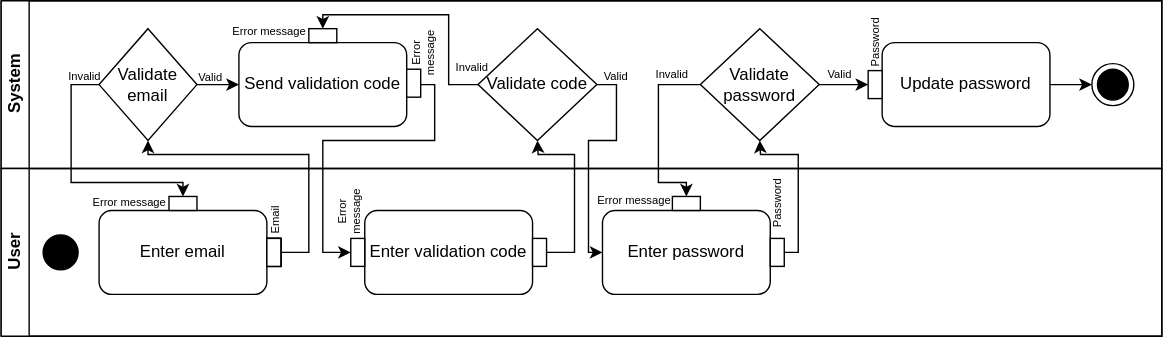
Above: Diagram/Activity/Reset Password.svg in Davidemad24/WisdomSystem (draw.io), before the change. Source tidied: cells renumbered, new cells last; positions are measured from the earlier drawing's top-left corner, leaving out a move shared by most shapes. Its diagram source:
```xml
<mxGraphModel>
  <root>
    <mxCell id="0" />
    <mxCell id="1" parent="0" />
    <mxCell id="2" style="swimlane;horizontal=0;startSize=0;html=1;" parent="1" vertex="1">
      <mxGeometry width="830" height="240" as="geometry" />
    </mxCell>
    <mxCell id="3" value="System" style="swimlane;startSize=20;horizontal=0;html=1;" parent="2" vertex="1">
      <mxGeometry width="830" height="120" as="geometry" />
    </mxCell>
    <mxCell id="4" value="Validate email" style="rhombus;whiteSpace=wrap;html=1;" parent="3" vertex="1">
      <mxGeometry x="70" y="20" width="70" height="80" as="geometry" />
    </mxCell>
    <mxCell id="5" value="Validate password" style="rhombus;whiteSpace=wrap;html=1;" parent="3" vertex="1">
      <mxGeometry x="500" y="20" width="85" height="80" as="geometry" />
    </mxCell>
    <mxCell id="6" value="Update password" style="rounded=1;whiteSpace=wrap;html=1;" parent="3" vertex="1">
      <mxGeometry x="630" y="30" width="120" height="60" as="geometry" />
    </mxCell>
    <mxCell id="7" style="ellipse;html=1;shape=endState;fillColor=strokeColor;" parent="3" vertex="1">
      <mxGeometry x="780" y="45" width="30" height="30" as="geometry" />
    </mxCell>
    <mxCell id="8" style="rounded=0;whiteSpace=wrap;html=1;" parent="3" vertex="1">
      <mxGeometry x="620" y="50" width="10" height="20" as="geometry" />
    </mxCell>
    <mxCell id="9" value="Password" style="text;html=1;whiteSpace=wrap;strokeColor=none;fillColor=none;align=center;verticalAlign=middle;rounded=0;fontSize=8;rotation=-90;" parent="3" vertex="1">
      <mxGeometry x="595" y="15" width="60" height="30" as="geometry" />
    </mxCell>
    <mxCell id="10" value="Valid" style="text;html=1;whiteSpace=wrap;strokeColor=none;fillColor=none;align=center;verticalAlign=middle;rounded=0;fontSize=8;rotation=0;" parent="3" vertex="1">
      <mxGeometry x="120" y="40" width="60" height="30" as="geometry" />
    </mxCell>
    <mxCell id="11" value="Invalid" style="text;html=1;whiteSpace=wrap;strokeColor=none;fillColor=none;align=center;verticalAlign=middle;rounded=0;fontSize=8;rotation=0;" parent="3" vertex="1">
      <mxGeometry x="30" y="39" width="60" height="30" as="geometry" />
    </mxCell>
    <mxCell id="12" value="Valid" style="text;html=1;whiteSpace=wrap;strokeColor=none;fillColor=none;align=center;verticalAlign=middle;rounded=0;fontSize=8;rotation=0;" parent="3" vertex="1">
      <mxGeometry x="570" y="38" width="60" height="30" as="geometry" />
    </mxCell>
    <mxCell id="13" value="Invalid" style="text;html=1;whiteSpace=wrap;strokeColor=none;fillColor=none;align=center;verticalAlign=middle;rounded=0;fontSize=8;rotation=0;" parent="3" vertex="1">
      <mxGeometry x="450" y="38" width="60" height="30" as="geometry" />
    </mxCell>
    <mxCell id="14" style="endArrow=classic;html=1;rounded=0;exitX=1;exitY=0.5;exitDx=0;exitDy=0;entryX=0;entryY=0.5;entryDx=0;entryDy=0;" parent="3" edge="1" source="5" target="8">
      <mxGeometry relative="1" as="geometry" />
    </mxCell>
    <mxCell id="15" style="endArrow=classic;html=1;rounded=0;exitX=1;exitY=0.5;exitDx=0;exitDy=0;entryX=0;entryY=0.5;entryDx=0;entryDy=0;" parent="3" edge="1" source="6" target="7">
      <mxGeometry relative="1" as="geometry" />
    </mxCell>
    <mxCell id="16" value="Send validation code" style="rounded=1;whiteSpace=wrap;html=1;" parent="3" vertex="1">
      <mxGeometry x="170" y="30" width="120" height="60" as="geometry" />
    </mxCell>
    <mxCell id="17" value="Validate code" style="rhombus;whiteSpace=wrap;html=1;" parent="3" vertex="1">
      <mxGeometry x="341" y="20" width="85" height="80" as="geometry" />
    </mxCell>
    <mxCell id="18" style="endArrow=classic;html=1;rounded=0;exitX=1;exitY=0.5;exitDx=0;exitDy=0;entryX=0;entryY=0.5;entryDx=0;entryDy=0;" parent="3" edge="1" source="4" target="16">
      <mxGeometry relative="1" as="geometry" />
    </mxCell>
    <mxCell id="19" value="Valid" style="text;html=1;whiteSpace=wrap;strokeColor=none;fillColor=none;align=center;verticalAlign=middle;rounded=0;fontSize=8;rotation=0;" parent="3" vertex="1">
      <mxGeometry x="420" y="44" width="40" height="20" as="geometry" />
    </mxCell>
    <mxCell id="20" value="Invalid" style="text;html=1;whiteSpace=wrap;strokeColor=none;fillColor=none;align=center;verticalAlign=middle;rounded=0;fontSize=8;rotation=0;" parent="3" vertex="1">
      <mxGeometry x="317" y="38" width="40" height="20" as="geometry" />
    </mxCell>
    <mxCell id="21" style="rounded=0;whiteSpace=wrap;html=1;rotation=90;" parent="3" vertex="1">
      <mxGeometry x="225" y="15" width="10" height="20" as="geometry" />
    </mxCell>
    <mxCell id="22" style="endArrow=classic;html=1;rounded=0;exitX=0;exitY=0.5;exitDx=0;exitDy=0;entryX=0;entryY=0.5;entryDx=0;entryDy=0;" parent="3" edge="1" source="17" target="21">
      <mxGeometry relative="1" as="geometry">
        <Array as="points">
          <mxPoint x="320" y="60" />
          <mxPoint x="320" y="40" />
          <mxPoint x="320" y="10" />
          <mxPoint x="230" y="10" />
        </Array>
      </mxGeometry>
    </mxCell>
    <mxCell id="23" value="Error message" style="text;html=1;whiteSpace=wrap;strokeColor=none;fillColor=none;align=center;verticalAlign=middle;rounded=0;fontSize=8;rotation=0;" parent="3" vertex="1">
      <mxGeometry x="162" y="7" width="60" height="30" as="geometry" />
    </mxCell>
    <mxCell id="24" style="rounded=0;whiteSpace=wrap;html=1;" parent="3" vertex="1">
      <mxGeometry x="290" y="49" width="10" height="20" as="geometry" />
    </mxCell>
    <mxCell id="25" value="Error message" style="text;html=1;whiteSpace=wrap;strokeColor=none;fillColor=none;align=center;verticalAlign=middle;rounded=0;fontSize=8;rotation=-90;" parent="3" vertex="1">
      <mxGeometry x="279.2" y="18.2" width="46" height="38" as="geometry" />
    </mxCell>
    <mxCell id="26" value="User" style="swimlane;startSize=20;horizontal=0;html=1;" parent="2" vertex="1">
      <mxGeometry y="120" width="830" height="120" as="geometry" />
    </mxCell>
    <mxCell id="27" style="ellipse;fillColor=strokeColor;html=1;" parent="26" vertex="1">
      <mxGeometry x="30" y="47.5" width="25" height="25" as="geometry" />
    </mxCell>
    <mxCell id="28" value="Enter email" style="rounded=1;whiteSpace=wrap;html=1;" parent="26" vertex="1">
      <mxGeometry x="70" y="30" width="120" height="60" as="geometry" />
    </mxCell>
    <mxCell id="29" style="rounded=0;whiteSpace=wrap;html=1;" parent="26" vertex="1">
      <mxGeometry x="190" y="50" width="10" height="20" as="geometry" />
    </mxCell>
    <mxCell id="30" value="Enter password" style="rounded=1;whiteSpace=wrap;html=1;" parent="26" vertex="1">
      <mxGeometry x="430" y="30" width="120" height="60" as="geometry" />
    </mxCell>
    <mxCell id="31" value="Email" style="text;html=1;whiteSpace=wrap;strokeColor=none;fillColor=none;align=center;verticalAlign=middle;rounded=0;fontSize=8;rotation=-90;" parent="26" vertex="1">
      <mxGeometry x="166" y="22" width="60" height="30" as="geometry" />
    </mxCell>
    <mxCell id="32" value="Password" style="text;html=1;whiteSpace=wrap;strokeColor=none;fillColor=none;align=center;verticalAlign=middle;rounded=0;fontSize=8;rotation=-90;" parent="26" vertex="1">
      <mxGeometry x="525" y="10" width="60" height="30" as="geometry" />
    </mxCell>
    <mxCell id="33" style="rounded=0;whiteSpace=wrap;html=1;rotation=90;" parent="26" vertex="1">
      <mxGeometry x="125" y="15" width="10" height="20" as="geometry" />
    </mxCell>
    <mxCell id="34" style="rounded=0;whiteSpace=wrap;html=1;rotation=90;" parent="26" vertex="1">
      <mxGeometry x="485" y="15" width="10" height="20" as="geometry" />
    </mxCell>
    <mxCell id="35" value="Error message" style="text;html=1;whiteSpace=wrap;strokeColor=none;fillColor=none;align=center;verticalAlign=middle;rounded=0;fontSize=8;rotation=0;" parent="26" vertex="1">
      <mxGeometry x="423" y="8" width="60" height="30" as="geometry" />
    </mxCell>
    <mxCell id="36" value="Error message" style="text;html=1;whiteSpace=wrap;strokeColor=none;fillColor=none;align=center;verticalAlign=middle;rounded=0;fontSize=8;rotation=0;" parent="26" vertex="1">
      <mxGeometry x="62" y="9" width="60" height="30" as="geometry" />
    </mxCell>
    <mxCell id="37" style="rounded=0;whiteSpace=wrap;html=1;" parent="26" vertex="1">
      <mxGeometry x="550" y="50" width="10" height="20" as="geometry" />
    </mxCell>
    <mxCell id="38" value="Enter validation code" style="rounded=1;whiteSpace=wrap;html=1;" parent="26" vertex="1">
      <mxGeometry x="260" y="30" width="120" height="60" as="geometry" />
    </mxCell>
    <mxCell id="39" style="rounded=0;whiteSpace=wrap;html=1;" parent="26" vertex="1">
      <mxGeometry x="380" y="50" width="10" height="20" as="geometry" />
    </mxCell>
    <mxCell id="40" style="rounded=0;whiteSpace=wrap;html=1;" parent="26" vertex="1">
      <mxGeometry x="250" y="50" width="10" height="20" as="geometry" />
    </mxCell>
    <mxCell id="41" value="Error message" style="text;html=1;whiteSpace=wrap;strokeColor=none;fillColor=none;align=center;verticalAlign=middle;rounded=0;fontSize=8;rotation=-90;" parent="26" vertex="1">
      <mxGeometry x="226" y="12" width="46" height="38" as="geometry" />
    </mxCell>
    <mxCell id="42" style="endArrow=classic;html=1;rounded=0;exitX=0;exitY=0.5;exitDx=0;exitDy=0;entryX=0;entryY=0.5;entryDx=0;entryDy=0;" parent="2" edge="1" source="4" target="33">
      <mxGeometry relative="1" as="geometry">
        <Array as="points">
          <mxPoint x="50" y="60" />
          <mxPoint x="50" y="100" />
          <mxPoint x="50" y="130" />
          <mxPoint x="90" y="130" />
          <mxPoint x="130" y="130" />
        </Array>
      </mxGeometry>
    </mxCell>
    <mxCell id="43" style="endArrow=classic;html=1;rounded=0;exitX=0;exitY=0.5;exitDx=0;exitDy=0;entryX=0;entryY=0.5;entryDx=0;entryDy=0;" parent="2" edge="1" source="5" target="34">
      <mxGeometry relative="1" as="geometry">
        <Array as="points">
          <mxPoint x="470" y="60" />
          <mxPoint x="470" y="90" />
          <mxPoint x="470" y="130" />
          <mxPoint x="490" y="130" />
        </Array>
      </mxGeometry>
    </mxCell>
    <mxCell id="44" style="endArrow=classic;html=1;rounded=0;entryX=0.5;entryY=1;entryDx=0;entryDy=0;exitX=1;exitY=0.5;exitDx=0;exitDy=0;" parent="2" edge="1" source="37" target="5">
      <mxGeometry relative="1" as="geometry">
        <Array as="points">
          <mxPoint x="570" y="180" />
          <mxPoint x="570" y="110" />
          <mxPoint x="543" y="110" />
        </Array>
      </mxGeometry>
    </mxCell>
    <mxCell id="45" style="endArrow=classic;html=1;rounded=0;entryX=0;entryY=0.5;entryDx=0;entryDy=0;" parent="2" edge="1" target="40">
      <mxGeometry relative="1" as="geometry">
        <mxPoint x="300" y="60" as="sourcePoint" />
        <Array as="points">
          <mxPoint x="310" y="60" />
          <mxPoint x="310" y="100" />
          <mxPoint x="300" y="100" />
          <mxPoint x="230" y="100" />
          <mxPoint x="230" y="140" />
          <mxPoint x="230" y="180" />
        </Array>
      </mxGeometry>
    </mxCell>
    <mxCell id="46" style="endArrow=classic;html=1;rounded=0;exitX=1;exitY=0.5;exitDx=0;exitDy=0;entryX=0.5;entryY=1;entryDx=0;entryDy=0;" parent="2" edge="1" source="39" target="17">
      <mxGeometry relative="1" as="geometry">
        <Array as="points">
          <mxPoint x="410" y="180" />
          <mxPoint x="410" y="110" />
          <mxPoint x="384" y="110" />
        </Array>
      </mxGeometry>
    </mxCell>
    <mxCell id="47" style="endArrow=classic;html=1;rounded=0;exitX=1;exitY=0.5;exitDx=0;exitDy=0;entryX=0;entryY=0.5;entryDx=0;entryDy=0;" parent="2" edge="1" source="17" target="30">
      <mxGeometry relative="1" as="geometry">
        <Array as="points">
          <mxPoint x="440" y="60" />
          <mxPoint x="440" y="100" />
          <mxPoint x="420" y="100" />
          <mxPoint x="420" y="180" />
        </Array>
      </mxGeometry>
    </mxCell>
    <mxCell id="48" style="rounded=0;whiteSpace=wrap;html=1;" parent="1" vertex="1">
      <mxGeometry x="190" y="170" width="10" height="20" as="geometry" />
    </mxCell>
    <mxCell id="49" style="rounded=0;whiteSpace=wrap;html=1;" parent="1" vertex="1">
      <mxGeometry x="190" y="170" width="10" height="20" as="geometry" />
    </mxCell>
    <mxCell id="50" style="endArrow=classic;html=1;rounded=0;exitX=1;exitY=0.5;exitDx=0;exitDy=0;entryX=0.5;entryY=1;entryDx=0;entryDy=0;" parent="1" edge="1" source="49" target="4">
      <mxGeometry relative="1" as="geometry">
        <Array as="points">
          <mxPoint x="220" y="180" />
          <mxPoint x="220" y="110" />
          <mxPoint x="105" y="110" />
        </Array>
      </mxGeometry>
    </mxCell>
    <mxCell id="51" style="rounded=0;whiteSpace=wrap;html=1;" parent="1" vertex="1">
      <mxGeometry x="190" y="170" width="10" height="20" as="geometry" />
    </mxCell>
  </root>
</mxGraphModel>
```
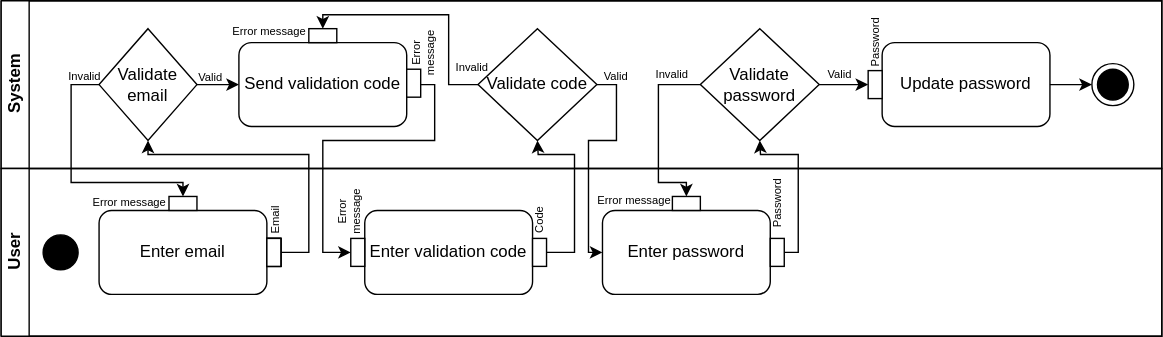
After the change.

What changed in the source:
```diff
@@ -129,6 +129,9 @@
     <mxCell id="41" value="Error message" style="text;html=1;whiteSpace=wrap;strokeColor=none;fillColor=none;align=center;verticalAlign=middle;rounded=0;fontSize=8;rotation=-90;" parent="26" vertex="1">
       <mxGeometry x="226" y="12" width="46" height="38" as="geometry" />
     </mxCell>
+    <mxCell id="52" value="Code" style="text;html=1;whiteSpace=wrap;strokeColor=none;fillColor=none;align=center;verticalAlign=middle;rounded=0;fontSize=8;rotation=-90;" parent="26" vertex="1">
+      <mxGeometry x="355" y="22" width="60" height="30" as="geometry" />
+    </mxCell>
     <mxCell id="42" style="endArrow=classic;html=1;rounded=0;exitX=0;exitY=0.5;exitDx=0;exitDy=0;entryX=0;entryY=0.5;entryDx=0;entryDy=0;" parent="2" edge="1" source="4" target="33">
       <mxGeometry relative="1" as="geometry">
         <Array as="points">
```
